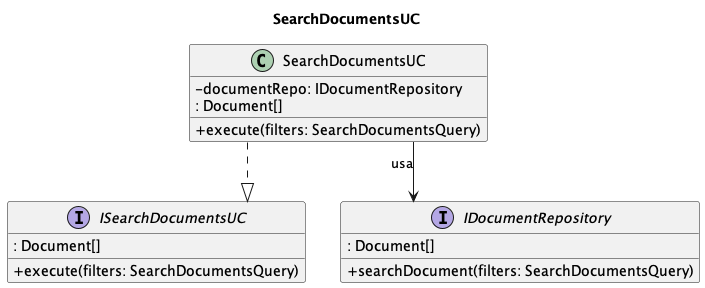
7-ZPUs/Docs keeps this PlantUML diagram as out/3_PB/DocumentiEsterni/DiagrammiSpecificaTecnica/C4/C4_backend_Search/C4_backend_Search-3.png. Above is the earlier version. Source of this version:
```plantuml
@startuml
title SearchDocumentsUC

skinparam classAttributeIconSize 0
skinparam linetype ortho
hide empty members

interface ISearchDocumentsUC {
    + execute(filters: SearchDocumentsQuery)
    : Document[]
}
class SearchDocumentsUC {
    - documentRepo: IDocumentRepository
    + execute(filters: SearchDocumentsQuery)
    : Document[]
}
interface IDocumentRepository {
    + searchDocument(filters: SearchDocumentsQuery)
    : Document[]
}

SearchDocumentsUC ..|> ISearchDocumentsUC
SearchDocumentsUC --> IDocumentRepository : usa

@enduml
```
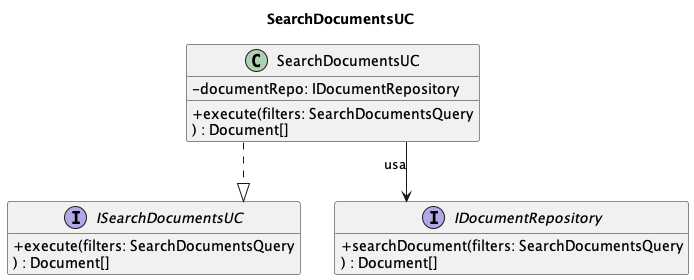
After the change.

Commit message:
Corretti diagrammi search

Change to the diagram source:
```diff
@@ -6,17 +6,17 @@
 hide empty members
 
 interface ISearchDocumentsUC {
-    + execute(filters: SearchDocumentsQuery)
-    : Document[]
+    + execute(filters: SearchDocumentsQuery
+    ) : Document[]
 }
 class SearchDocumentsUC {
     - documentRepo: IDocumentRepository
-    + execute(filters: SearchDocumentsQuery)
-    : Document[]
+    + execute(filters: SearchDocumentsQuery
+    ) : Document[]
 }
 interface IDocumentRepository {
-    + searchDocument(filters: SearchDocumentsQuery)
-    : Document[]
+    + searchDocument(filters: SearchDocumentsQuery
+    ) : Document[]
 }
 
 SearchDocumentsUC ..|> ISearchDocumentsUC
```
